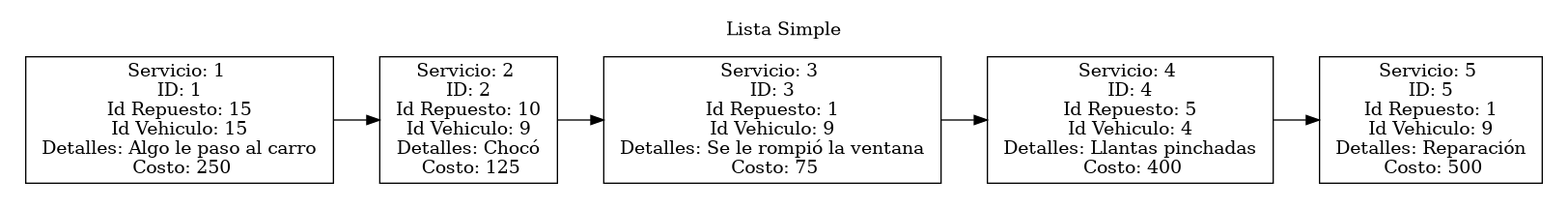
This is Proyecto-Fase 1/Reportes/Cola.png from Rodrigo-1504/-EDD-1S2025_202202854, a Graphviz export, as it was before one commit. Its source is kept beside it as Proyecto-Fase 1/Reportes/Cola.dot.
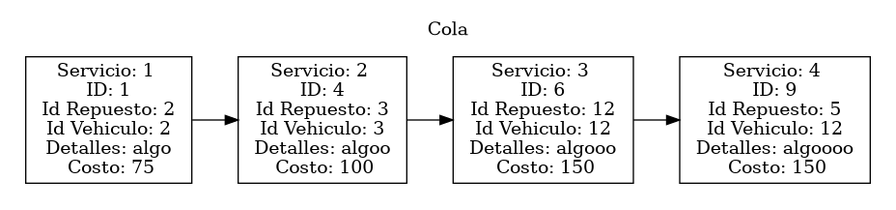
The same file after the commit.

What changed in the source:
```diff
@@ -3,15 +3,13 @@
 	graph[pencolor=transparent];
 	rankdir=LR;
 	subgraph cluster_0{
-		label = "Lista Simple";
-			n0 [label = "{Servicio: 1 \n ID: 1 \n Id Repuesto: 15 \n Id Vehiculo: 15 \n Detalles: Algo le paso al carro \n Costo: 250}"];
-			n1 [label = "{Servicio: 2 \n ID: 2 \n Id Repuesto: 10 \n Id Vehiculo: 9 \n Detalles: Chocó \n Costo: 125}"];
-			n2 [label = "{Servicio: 3 \n ID: 3 \n Id Repuesto: 1 \n Id Vehiculo: 9 \n Detalles: Se le rompió la ventana \n Costo: 75}"];
-			n3 [label = "{Servicio: 4 \n ID: 4 \n Id Repuesto: 5 \n Id Vehiculo: 4 \n Detalles: Llantas pinchadas \n Costo: 400}"];
-			n4 [label = "{Servicio: 5 \n ID: 5 \n Id Repuesto: 1 \n Id Vehiculo: 9 \n Detalles: Reparación \n Costo: 500}"];
+		label = "Cola";
+			n0 [label = "{Servicio: 1 \n ID: 1 \n Id Repuesto: 2 \n Id Vehiculo: 2 \n Detalles: algo \n Costo: 75}"];
+			n1 [label = "{Servicio: 2 \n ID: 4 \n Id Repuesto: 3 \n Id Vehiculo: 3 \n Detalles: algoo \n Costo: 100}"];
+			n2 [label = "{Servicio: 3 \n ID: 6 \n Id Repuesto: 12 \n Id Vehiculo: 12 \n Detalles: algooo \n Costo: 150}"];
+			n3 [label = "{Servicio: 4 \n ID: 9 \n Id Repuesto: 5 \n Id Vehiculo: 12 \n Detalles: algoooo \n Costo: 150}"];
 			n0 -> n1;
 			n1 -> n2;
 			n2 -> n3;
-			n3 -> n4;
 		}
 }
```
